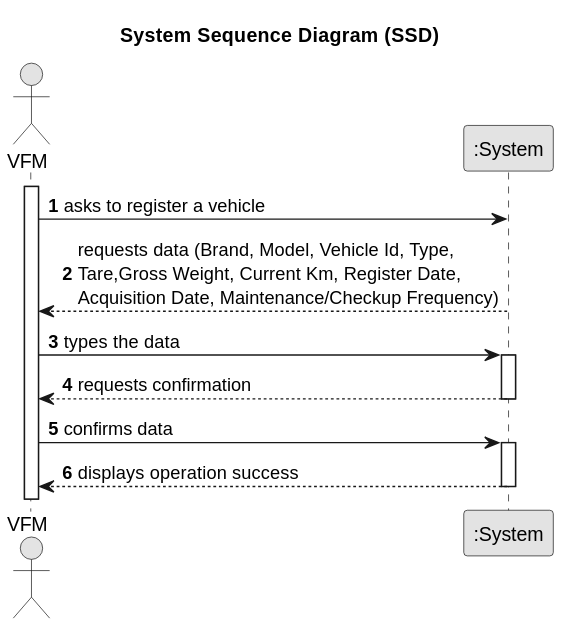
The PlantUML diagram docs/sprintB/us006/01.requirements-engineering/svg/us006-system-sequence-diagram-alternative-one.svg in Departamento-de-Engenharia-Informatica/lei-24-s2-1do-g164, before a commit.
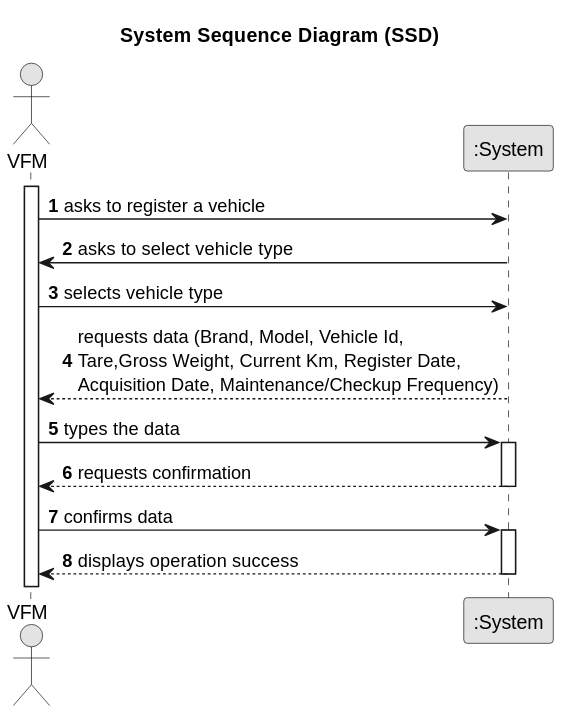
The same file after the commit.

Diff of the diagram source:
```diff
@@ -14,8 +14,11 @@
 
     Employee -> System : asks to register a vehicle
 
+    System -> Employee : asks to select vehicle type
 
-        System --> Employee : requests data (Brand, Model, Vehicle Id, Type, \nTare,Gross Weight, Current Km, Register Date, \nAcquisition Date, Maintenance/Checkup Frequency)
+    Employee -> System : selects vehicle type
+
+        System --> Employee : requests data (Brand, Model, Vehicle Id, \nTare,Gross Weight, Current Km, Register Date, \nAcquisition Date, Maintenance/Checkup Frequency)
     deactivate System
 
     Employee -> System : types the data
```
